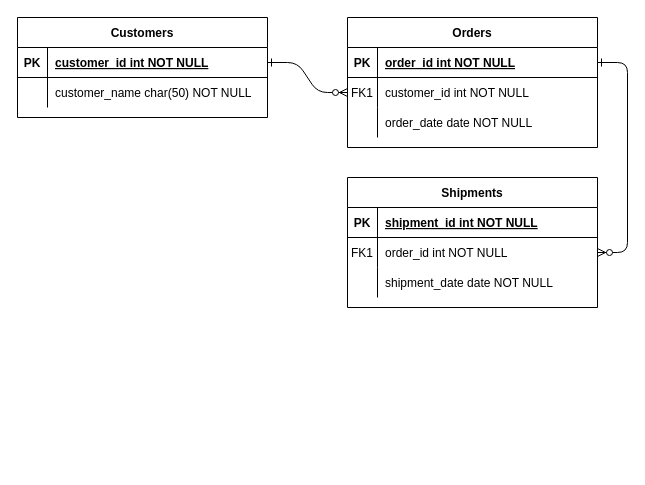
Earlier version of the draw.io diagram Puasa Recording Diagram.drawio (nurezzajeslin/Week2ClassDiagram). Source tidied: cells renumbered, new cells numbered last; positions are measured from the earlier drawing's top-left corner, leaving out a move shared by most shapes. Both pictures are drawn from the tidied source at 100%, with x=0, y=0 at pixel (17, 17).
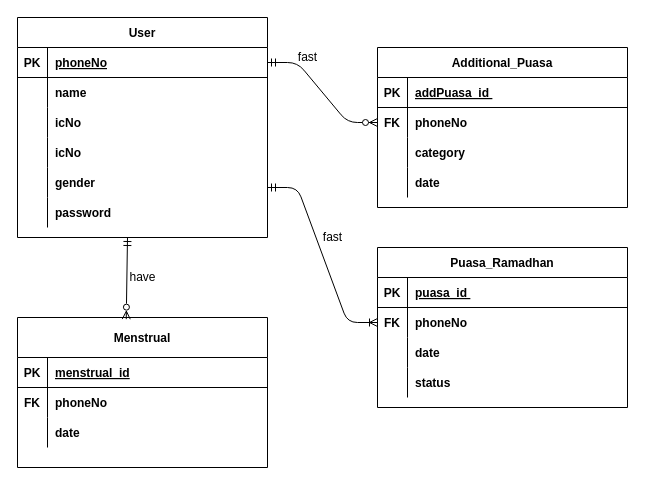
After the change.

Unchanged cells that the change refers to:
```xml
<mxCell id="5" style="shape=partialRectangle;fillColor=none;points=[[0,0.5],[1,0.5]];portConstraint=eastwest;top=0;left=0;right=0;bottom=1;" parent="4" vertex="1">
  <mxGeometry y="30" width="250" height="30" as="geometry" />
</mxCell>
<mxCell id="8" style="shape=partialRectangle;fillColor=none;points=[[0,0.5],[1,0.5]];portConstraint=eastwest;top=0;left=0;right=0;bottom=0;" parent="4" vertex="1">
  <mxGeometry y="60" width="250" height="30" as="geometry" />
</mxCell>
<mxCell id="11" style="shape=partialRectangle;fillColor=none;top=0;left=0;right=0;bottom=0;" parent="4" vertex="1">
  <mxGeometry y="90" width="250" height="30" as="geometry" />
</mxCell>
<mxCell id="15" style="shape=partialRectangle;fillColor=none;top=0;left=0;right=0;bottom=1;" parent="14" vertex="1">
  <mxGeometry y="30" width="250" height="30" as="geometry" />
</mxCell>
<mxCell id="21" style="shape=partialRectangle;fillColor=none;top=0;left=0;right=0;bottom=0;" parent="14" vertex="1">
  <mxGeometry y="90" width="250" height="30" as="geometry" />
</mxCell>
<mxCell id="25" style="shape=partialRectangle;fillColor=none;points=[[0,0.5],[1,0.5]];portConstraint=eastwest;top=0;left=0;right=0;bottom=1;" parent="24" vertex="1">
  <mxGeometry y="30" width="250" height="30" as="geometry" />
</mxCell>
<mxCell id="28" style="shape=partialRectangle;fillColor=none;top=0;left=0;right=0;bottom=0;" parent="24" vertex="1">
  <mxGeometry y="60" width="250" height="30" as="geometry" />
</mxCell>
```

What changed in the source:
```diff
@@
-    <mxCell id="2" style="edgeStyle=entityRelationEdgeStyle;endArrow=ERzeroToMany;startArrow=ERone;endFill=1;startFill=0;" parent="1" edge="1" source="25" target="8">
+    <mxCell id="2" style="edgeStyle=entityRelationEdgeStyle;endArrow=ERzeroToMany;startArrow=ERmandOne;endFill=1;startFill=0;" parent="1" edge="1" source="25" target="8">
       <mxGeometry relative="1" as="geometry" />
     </mxCell>
-    <mxCell id="3" style="edgeStyle=entityRelationEdgeStyle;endArrow=ERzeroToMany;startArrow=ERone;endFill=1;startFill=0;" parent="1" edge="1" source="5" target="18">
-      <mxGeometry relative="1" as="geometry" />
-    </mxCell>
-    <mxCell id="4" value="Orders" style="shape=table;startSize=30;childLayout=tableLayout;rowLines=0;fontStyle=1;align=center;" parent="1" vertex="1">
-      <mxGeometry x="330" width="250" height="130" as="geometry" />
+    <mxCell id="4" value="Additional_Puasa" style="shape=table;startSize=30;childLayout=tableLayout;rowLines=0;fontStyle=1;align=center;" parent="1" vertex="1">
+      <mxGeometry x="360" y="30" width="250" height="160" as="geometry" />
     </mxCell>
@@
-    <mxCell id="7" value="order_id int NOT NULL " style="shape=partialRectangle;overflow=hidden;fillColor=none;top=0;left=0;bottom=0;right=0;align=left;spacingLeft=6;fontStyle=5;" parent="5" vertex="1">
+    <mxCell id="7" value="addPuasa_id " style="shape=partialRectangle;overflow=hidden;fillColor=none;top=0;left=0;bottom=0;right=0;align=left;spacingLeft=6;fontStyle=5;" parent="5" vertex="1">
       <mxGeometry x="30" width="220" height="30" as="geometry" />
     </mxCell>
@@
-    <mxCell id="9" value="FK1" style="shape=partialRectangle;overflow=hidden;fillColor=none;top=0;left=0;bottom=0;right=0;" parent="8" vertex="1">
+    <mxCell id="9" value="FK" style="shape=partialRectangle;overflow=hidden;fillColor=none;top=0;left=0;bottom=0;right=0;fontStyle=1;" parent="8" vertex="1">
       <mxGeometry width="30" height="30" as="geometry" />
     </mxCell>
-    <mxCell id="10" value="customer_id int NOT NULL" style="shape=partialRectangle;overflow=hidden;fillColor=none;top=0;left=0;bottom=0;right=0;align=left;spacingLeft=6;" parent="8" vertex="1">
+    <mxCell id="10" value="phoneNo " style="shape=partialRectangle;overflow=hidden;fillColor=none;top=0;left=0;bottom=0;right=0;align=left;spacingLeft=6;fontStyle=1;" parent="8" vertex="1">
       <mxGeometry x="30" width="220" height="30" as="geometry" />
     </mxCell>
@@
-    <mxCell id="13" value="order_date date NOT NULL" style="shape=partialRectangle;overflow=hidden;fillColor=none;top=0;left=0;bottom=0;right=0;align=left;spacingLeft=6;" parent="11" vertex="1">
+    <mxCell id="13" value="category" style="shape=partialRectangle;overflow=hidden;fillColor=none;top=0;left=0;bottom=0;right=0;align=left;spacingLeft=6;fontStyle=1;" parent="11" vertex="1">
       <mxGeometry x="30" width="220" height="30" as="geometry" />
     </mxCell>
+    <mxCell id="31" style="shape=tableRow;horizontal=0;startSize=0;swimlaneHead=0;swimlaneBody=0;fillColor=none;top=0;left=0;right=0;bottom=0;" parent="4" vertex="1">
+      <mxGeometry y="120" width="250" height="30" as="geometry" />
+    </mxCell>
+    <mxCell id="32" style="shape=partialRectangle;fillColor=none;top=0;left=0;bottom=0;right=0;overflow=hidden;" parent="31" vertex="1">
+      <mxGeometry width="30" height="30" as="geometry" />
+    </mxCell>
+    <mxCell id="33" value="date" style="shape=partialRectangle;fillColor=none;top=0;left=0;bottom=0;right=0;align=left;spacingLeft=6;overflow=hidden;fontStyle=1;" parent="31" vertex="1">
+      <mxGeometry x="30" width="220" height="30" as="geometry" />
+    </mxCell>
-    <mxCell id="14" value="Shipments" style="shape=table;startSize=30;childLayout=tableLayout;rowLines=0;fontStyle=1;align=center;" parent="1" vertex="1">
-      <mxGeometry x="330" y="160" width="250" height="130" as="geometry" />
+    <mxCell id="14" value="Puasa_Ramadhan" style="shape=table;startSize=30;childLayout=tableLayout;rowLines=0;fontStyle=1;align=center;" parent="1" vertex="1">
+      <mxGeometry x="360" y="230" width="250" height="160" as="geometry" />
     </mxCell>
@@
-    <mxCell id="17" value="shipment_id int NOT NULL " style="shape=partialRectangle;overflow=hidden;fillColor=none;top=0;left=0;bottom=0;right=0;align=left;spacingLeft=6;fontStyle=5;" parent="15" vertex="1">
+    <mxCell id="17" value="puasa_id " style="shape=partialRectangle;overflow=hidden;fillColor=none;top=0;left=0;bottom=0;right=0;align=left;spacingLeft=6;fontStyle=5;" parent="15" vertex="1">
       <mxGeometry x="30" width="220" height="30" as="geometry" />
     </mxCell>
-    <mxCell id="18" style="shape=partialRectangle;fillColor=none;points=[[0,0.5],[1,0.5]];portConstraint=eastwest;top=0;left=0;right=0;bottom=0;" parent="14" vertex="1">
+    <mxCell id="18" style="shape=partialRectangle;fillColor=none;points=[[0,0.5],[1,0.5]];portConstraint=eastwest;top=0;left=0;right=0;bottom=0;fontStyle=0;" parent="14" vertex="1">
       <mxGeometry y="60" width="250" height="30" as="geometry" />
     </mxCell>
-    <mxCell id="19" value="FK1" style="shape=partialRectangle;overflow=hidden;fillColor=none;top=0;left=0;bottom=0;right=0;" parent="18" vertex="1">
+    <mxCell id="19" value="FK" style="shape=partialRectangle;overflow=hidden;fillColor=none;top=0;left=0;bottom=0;right=0;fontStyle=1;" parent="18" vertex="1">
       <mxGeometry width="30" height="30" as="geometry" />
     </mxCell>
-    <mxCell id="20" value="order_id int NOT NULL" style="shape=partialRectangle;overflow=hidden;fillColor=none;top=0;left=0;bottom=0;right=0;align=left;spacingLeft=6;" parent="18" vertex="1">
+    <mxCell id="20" value="phoneNo     " style="shape=partialRectangle;overflow=hidden;fillColor=none;top=0;left=0;bottom=0;right=0;align=left;spacingLeft=6;fontStyle=1;" parent="18" vertex="1">
       <mxGeometry x="30" width="220" height="30" as="geometry" />
     </mxCell>
@@
-    <mxCell id="23" value="shipment_date date NOT NULL" style="shape=partialRectangle;overflow=hidden;fillColor=none;top=0;left=0;bottom=0;right=0;align=left;spacingLeft=6;" parent="21" vertex="1">
+    <mxCell id="23" value="date" style="shape=partialRectangle;overflow=hidden;fillColor=none;top=0;left=0;bottom=0;right=0;align=left;spacingLeft=6;fontStyle=1;" parent="21" vertex="1">
       <mxGeometry x="30" width="220" height="30" as="geometry" />
     </mxCell>
+    <mxCell id="34" style="shape=tableRow;horizontal=0;startSize=0;swimlaneHead=0;swimlaneBody=0;fillColor=none;top=0;left=0;right=0;bottom=0;" parent="14" vertex="1">
+      <mxGeometry y="120" width="250" height="30" as="geometry" />
+    </mxCell>
+    <mxCell id="35" style="shape=partialRectangle;fillColor=none;top=0;left=0;bottom=0;right=0;overflow=hidden;" parent="34" vertex="1">
+      <mxGeometry width="30" height="30" as="geometry" />
+    </mxCell>
+    <mxCell id="36" value="status" style="shape=partialRectangle;fillColor=none;top=0;left=0;bottom=0;right=0;align=left;spacingLeft=6;overflow=hidden;fontStyle=1;" parent="34" vertex="1">
+      <mxGeometry x="30" width="220" height="30" as="geometry" />
+    </mxCell>
-    <mxCell id="24" value="Customers" style="shape=table;startSize=30;childLayout=tableLayout;rowLines=0;fontStyle=1;align=center;" parent="1" vertex="1">
-      <mxGeometry width="250" height="100" as="geometry" />
+    <mxCell id="24" value="User" style="shape=table;startSize=30;childLayout=tableLayout;rowLines=0;fontStyle=1;align=center;" parent="1" vertex="1">
+      <mxGeometry width="250" height="220" as="geometry" />
     </mxCell>
@@
-    <mxCell id="27" value="customer_id int NOT NULL " style="shape=partialRectangle;overflow=hidden;fillColor=none;top=0;left=0;bottom=0;right=0;align=left;spacingLeft=6;fontStyle=5;" parent="25" vertex="1">
+    <mxCell id="27" value="phoneNo" style="shape=partialRectangle;overflow=hidden;fillColor=none;top=0;left=0;bottom=0;right=0;align=left;spacingLeft=6;fontStyle=5;" parent="25" vertex="1">
       <mxGeometry x="30" width="220" height="30" as="geometry" />
     </mxCell>
@@
-    <mxCell id="30" value="customer_name char(50) NOT NULL" style="shape=partialRectangle;overflow=hidden;fillColor=none;top=0;left=0;bottom=0;right=0;align=left;spacingLeft=6;" parent="28" vertex="1">
+    <mxCell id="30" value="name " style="shape=partialRectangle;overflow=hidden;fillColor=none;top=0;left=0;bottom=0;right=0;align=left;spacingLeft=6;fontStyle=1;" parent="28" vertex="1">
       <mxGeometry x="30" width="220" height="30" as="geometry" />
     </mxCell>
+    <mxCell id="37" style="shape=tableRow;horizontal=0;startSize=0;swimlaneHead=0;swimlaneBody=0;fillColor=none;top=0;left=0;right=0;bottom=0;" parent="24" vertex="1">
+      <mxGeometry y="90" width="250" height="30" as="geometry" />
+    </mxCell>
+    <mxCell id="38" style="shape=partialRectangle;fillColor=none;top=0;left=0;bottom=0;right=0;overflow=hidden;" parent="37" vertex="1">
+      <mxGeometry width="30" height="30" as="geometry" />
+    </mxCell>
+    <mxCell id="39" value="icNo" style="shape=partialRectangle;fillColor=none;top=0;left=0;bottom=0;right=0;align=left;spacingLeft=6;overflow=hidden;fontStyle=1;" parent="37" vertex="1">
+      <mxGeometry x="30" width="220" height="30" as="geometry" />
+    </mxCell>
+    <mxCell id="40" style="shape=tableRow;horizontal=0;startSize=0;swimlaneHead=0;swimlaneBody=0;fillColor=none;top=0;left=0;right=0;bottom=0;" parent="24" vertex="1">
+      <mxGeometry y="120" width="250" height="30" as="geometry" />
+    </mxCell>
+    <mxCell id="41" style="shape=partialRectangle;fillColor=none;top=0;left=0;bottom=0;right=0;overflow=hidden;" parent="40" vertex="1">
+      <mxGeometry width="30" height="30" as="geometry" />
+    </mxCell>
+    <mxCell id="42" value="icNo" style="shape=partialRectangle;fillColor=none;top=0;left=0;bottom=0;right=0;align=left;spacingLeft=6;overflow=hidden;fontStyle=1;" parent="40" vertex="1">
+      <mxGeometry x="30" width="220" height="30" as="geometry" />
+    </mxCell>
+    <mxCell id="43" style="shape=tableRow;horizontal=0;startSize=0;swimlaneHead=0;swimlaneBody=0;fillColor=none;top=0;left=0;right=0;bottom=0;" parent="24" vertex="1">
+      <mxGeometry y="150" width="250" height="30" as="geometry" />
+    </mxCell>
+    <mxCell id="44" style="shape=partialRectangle;fillColor=none;top=0;left=0;bottom=0;right=0;overflow=hidden;" parent="43" vertex="1">
+      <mxGeometry width="30" height="30" as="geometry" />
+    </mxCell>
+    <mxCell id="45" value="gender" style="shape=partialRectangle;fillColor=none;top=0;left=0;bottom=0;right=0;align=left;spacingLeft=6;overflow=hidden;fontStyle=1;" parent="43" vertex="1">
+      <mxGeometry x="30" width="220" height="30" as="geometry" />
+    </mxCell>
+    <mxCell id="46" style="shape=tableRow;horizontal=0;startSize=0;swimlaneHead=0;swimlaneBody=0;fillColor=none;top=0;left=0;right=0;bottom=0;" parent="24" vertex="1">
+      <mxGeometry y="180" width="250" height="30" as="geometry" />
+    </mxCell>
+    <mxCell id="47" style="shape=partialRectangle;fillColor=none;top=0;left=0;bottom=0;right=0;overflow=hidden;" parent="46" vertex="1">
+      <mxGeometry width="30" height="30" as="geometry" />
+    </mxCell>
+    <mxCell id="48" value="password" style="shape=partialRectangle;fillColor=none;top=0;left=0;bottom=0;right=0;align=left;spacingLeft=6;overflow=hidden;fontStyle=1;" parent="46" vertex="1">
+      <mxGeometry x="30" width="220" height="30" as="geometry" />
+    </mxCell>
+    <mxCell id="49" value="Menstrual" style="shape=table;startSize=40;childLayout=tableLayout;rowLines=0;fontStyle=1;align=center;" parent="1" vertex="1">
+      <mxGeometry y="300" width="250" height="150" as="geometry" />
+    </mxCell>
+    <mxCell id="50" style="shape=tableRow;horizontal=0;startSize=0;swimlaneHead=0;swimlaneBody=0;fillColor=none;top=0;left=0;right=0;bottom=1;" parent="49" vertex="1">
+      <mxGeometry y="40" width="250" height="30" as="geometry" />
+    </mxCell>
+    <mxCell id="51" value="PK" style="shape=partialRectangle;fillColor=none;top=0;left=0;bottom=0;right=0;fontStyle=1;overflow=hidden;" parent="50" vertex="1">
+      <mxGeometry width="30" height="30" as="geometry" />
+    </mxCell>
+    <mxCell id="52" value="menstrual_id" style="shape=partialRectangle;fillColor=none;top=0;left=0;bottom=0;right=0;align=left;spacingLeft=6;fontStyle=5;overflow=hidden;" parent="50" vertex="1">
+      <mxGeometry x="30" width="220" height="30" as="geometry" />
+    </mxCell>
+    <mxCell id="53" style="shape=tableRow;horizontal=0;startSize=0;swimlaneHead=0;swimlaneBody=0;fillColor=none;top=0;left=0;right=0;bottom=0;" parent="49" vertex="1">
+      <mxGeometry y="70" width="250" height="30" as="geometry" />
+    </mxCell>
+    <mxCell id="54" value="FK" style="shape=partialRectangle;fillColor=none;top=0;left=0;bottom=0;right=0;fontStyle=1;overflow=hidden;" parent="53" vertex="1">
+      <mxGeometry width="30" height="30" as="geometry" />
+    </mxCell>
+    <mxCell id="55" value="phoneNo     " style="shape=partialRectangle;fillColor=none;top=0;left=0;bottom=0;right=0;align=left;spacingLeft=6;fontStyle=1;overflow=hidden;" parent="53" vertex="1">
+      <mxGeometry x="30" width="220" height="30" as="geometry" />
+    </mxCell>
+    <mxCell id="56" style="shape=tableRow;horizontal=0;startSize=0;swimlaneHead=0;swimlaneBody=0;fillColor=none;top=0;left=0;right=0;bottom=0;" parent="49" vertex="1">
+      <mxGeometry y="100" width="250" height="30" as="geometry" />
+    </mxCell>
+    <mxCell id="57" style="shape=partialRectangle;fillColor=none;top=0;left=0;bottom=0;right=0;overflow=hidden;" parent="56" vertex="1">
+      <mxGeometry width="30" height="30" as="geometry" />
+    </mxCell>
+    <mxCell id="58" value="date" style="shape=partialRectangle;fillColor=none;top=0;left=0;bottom=0;right=0;align=left;spacingLeft=6;overflow=hidden;fontStyle=1;" parent="56" vertex="1">
+      <mxGeometry x="30" width="220" height="30" as="geometry" />
+    </mxCell>
+    <mxCell id="59" style="edgeStyle=entityRelationEdgeStyle;endArrow=ERoneToMany;startArrow=ERmandOne;endFill=0;startFill=0;entryX=0;entryY=0.5;entryDx=0;entryDy=0;" parent="1" edge="1" target="18">
+      <mxGeometry relative="1" as="geometry">
+        <mxPoint x="250" y="170" as="sourcePoint" />
+      </mxGeometry>
+    </mxCell>
+    <mxCell id="60" style="endArrow=ERzeroToMany;html=1;rounded=0;elbow=vertical;entryX=0.435;entryY=0.011;entryDx=0;entryDy=0;exitX=0.5;exitY=1;exitDx=0;exitDy=0;startArrow=ERmandOne;startFill=0;endFill=0;entryPerimeter=0;" parent="1" edge="1" target="49">
+      <mxGeometry relative="1" as="geometry">
+        <mxPoint x="110" y="220" as="sourcePoint" />
+      </mxGeometry>
+    </mxCell>
+    <mxCell id="61" value="fast" style="text;html=1;align=center;verticalAlign=middle;strokeColor=none;fillColor=none;" parent="1" vertex="1">
+      <mxGeometry x="275" y="30" width="30" height="20" as="geometry" />
+    </mxCell>
+    <mxCell id="62" value="fast" style="text;html=1;align=center;verticalAlign=middle;strokeColor=none;fillColor=none;" parent="1" vertex="1">
+      <mxGeometry x="300" y="210" width="30" height="20" as="geometry" />
+    </mxCell>
+    <mxCell id="63" value="have" style="text;html=1;align=center;verticalAlign=middle;strokeColor=none;fillColor=none;" parent="1" vertex="1">
+      <mxGeometry x="105" y="250" width="40" height="20" as="geometry" />
+    </mxCell>
```
